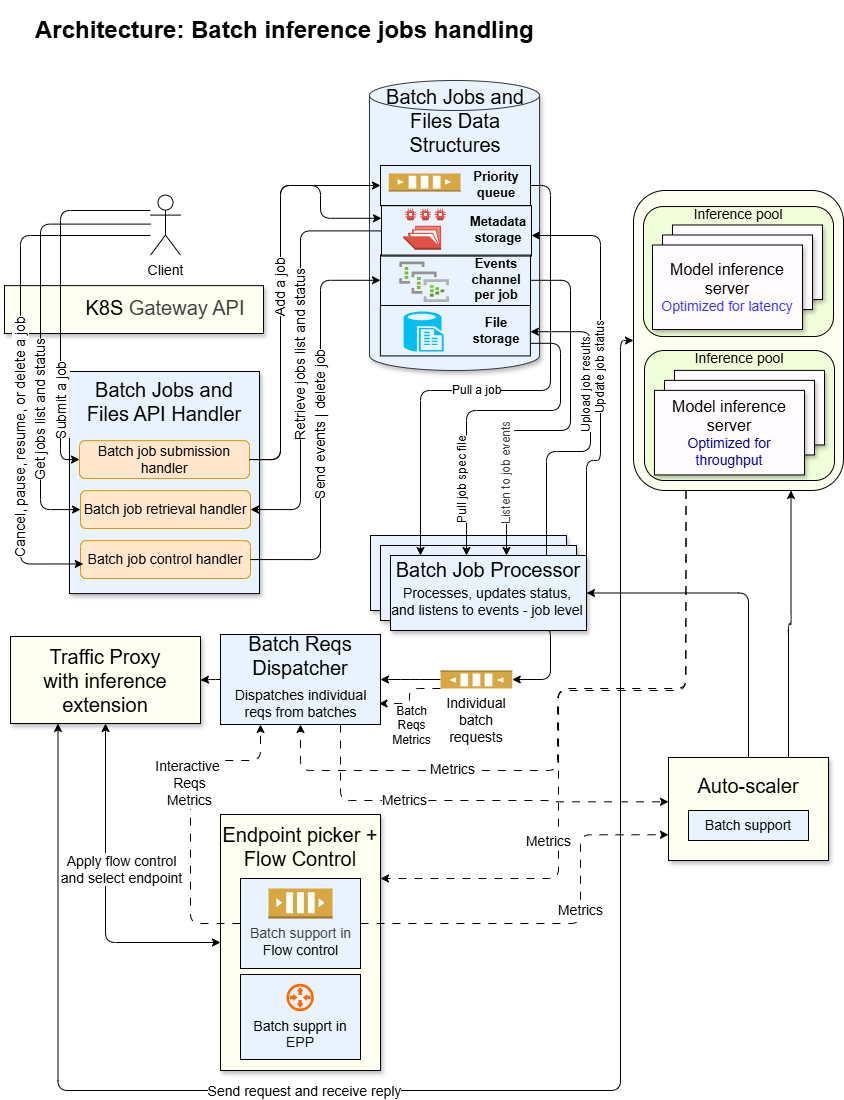
Before: docs/design/diagrams/arch_1.png, a diagram exported from draw.io (llm-d-incubation/batch-gateway). Source tidied: cells renumbered, new cells last; positions are measured from the earlier drawing's top-left corner, leaving out a move shared by most shapes.
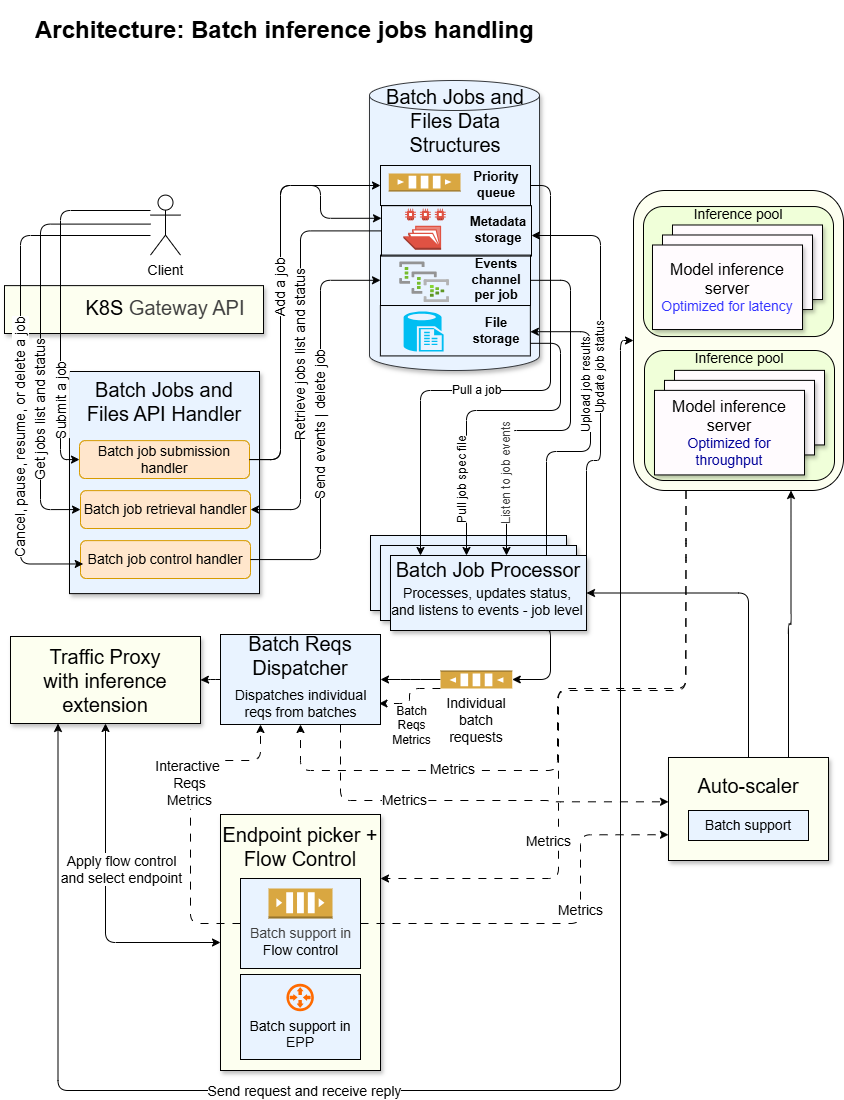
After the change.

Diff of the diagram source:
```diff
@@ -309,7 +309,7 @@
     <mxCell id="67" style="edgeStyle=elbowEdgeStyle;html=1;exitX=0;exitY=0.5;exitDx=0;exitDy=0;entryX=1;entryY=0.5;entryDx=0;entryDy=0;" parent="1" edge="1" source="66" target="11">
       <mxGeometry relative="1" as="geometry" />
     </mxCell>
-    <mxCell id="68" value="&lt;div&gt;&lt;font style=&quot;font-size: 14px;&quot;&gt;&lt;br&gt;&lt;/font&gt;&lt;/div&gt;&lt;div&gt;&lt;font style=&quot;font-size: 14px;&quot;&gt;&lt;br&gt;&lt;/font&gt;&lt;/div&gt;&lt;font style=&quot;font-size: 14px;&quot;&gt;Batch supprt in EPP&lt;/font&gt;" style="rounded=0;whiteSpace=wrap;html=1;fillColor=#E9F3FF;" parent="1" vertex="1">
+    <mxCell id="68" value="&lt;div&gt;&lt;font style=&quot;font-size: 14px;&quot;&gt;&lt;br&gt;&lt;/font&gt;&lt;/div&gt;&lt;div&gt;&lt;font style=&quot;font-size: 14px;&quot;&gt;&lt;br&gt;&lt;/font&gt;&lt;/div&gt;&lt;font style=&quot;font-size: 14px;&quot;&gt;Batch support in EPP&lt;/font&gt;" style="rounded=0;whiteSpace=wrap;html=1;fillColor=#E9F3FF;" parent="1" vertex="1">
       <mxGeometry x="236" y="964" width="120" height="85" as="geometry" />
     </mxCell>
     <mxCell id="69" style="html=1;align=center;shadow=0;dashed=0;fillColor=#FF6A00;strokeColor=none;shape=mxgraph.alibaba_cloud.router;" parent="1" vertex="1">
```
